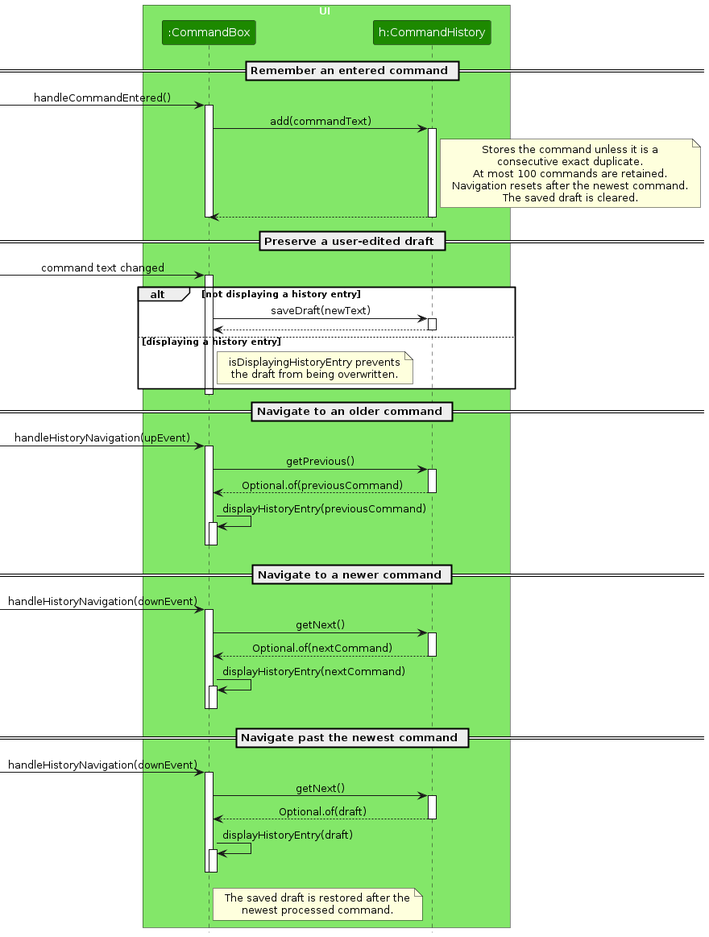
The PlantUML diagram diagrams/CommandHistorySequenceDiagram.png in AY2627S1-CS2103T-T11-2/tp, before a commit. Its source is kept beside it as diagrams/CommandHistorySequenceDiagram.puml.
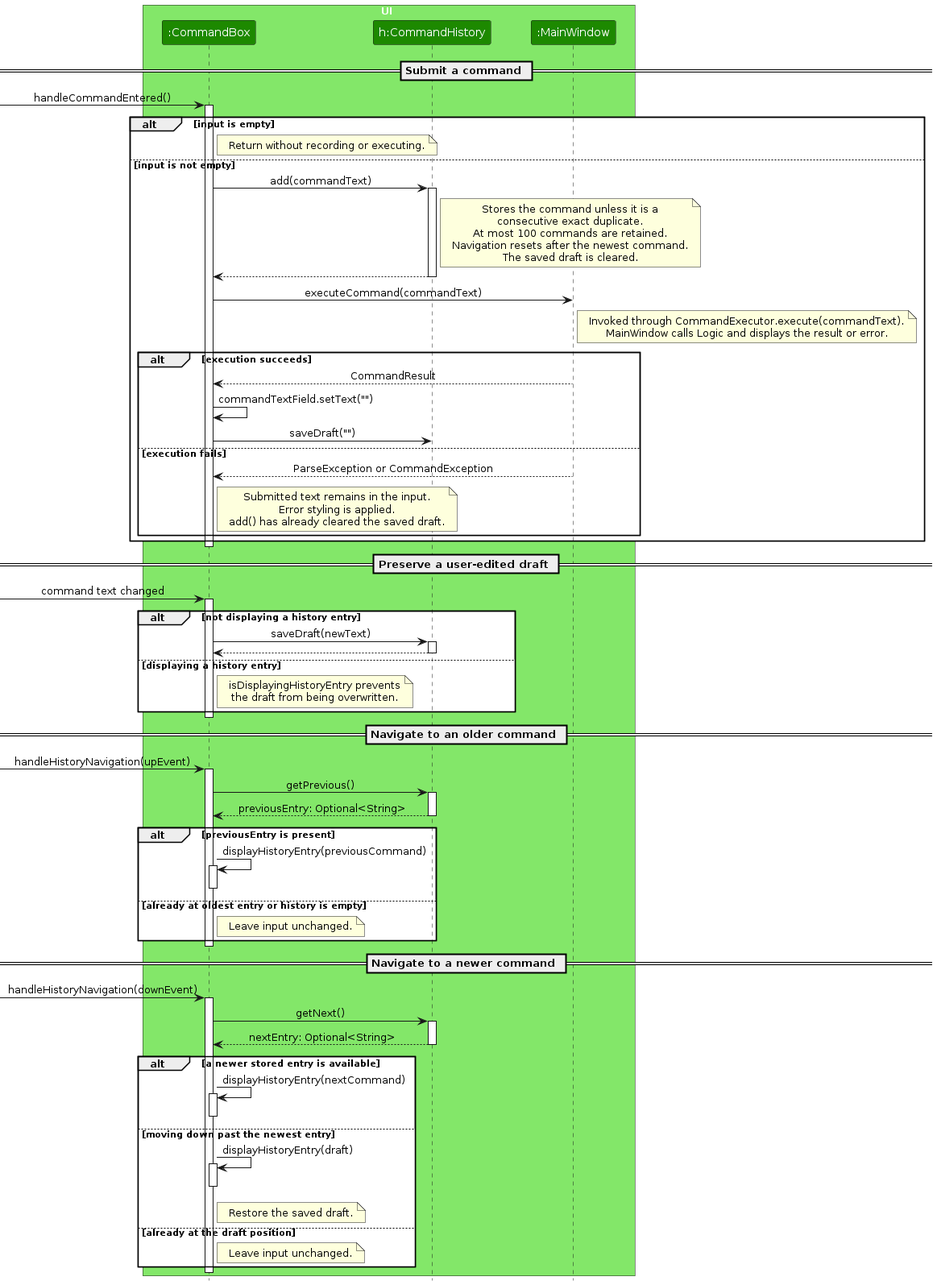
Later version of the same file.

What changed in the source:
```diff
@@ -4,10 +4,16 @@
 box UI UI_COLOR_T1
 participant ":CommandBox" as CommandBox UI_COLOR
 participant "h:CommandHistory" as CommandHistory UI_COLOR
+participant ":MainWindow" as MainWindow UI_COLOR
 end box
-== Remember an entered command ==
+
+== Submit a command ==
+
 [-> CommandBox : handleCommandEntered()
 activate CommandBox
+alt input is empty
+    note right of CommandBox : Return without recording or executing.
+else input is not empty
 CommandBox -> CommandHistory : add(commandText)
 activate CommandHistory
 note right of CommandHistory
@@ -19,7 +25,27 @@
 end note
 CommandHistory --> CommandBox
 deactivate CommandHistory
+
+CommandBox -> MainWindow : executeCommand(commandText)
+note right of MainWindow
+Invoked through CommandExecutor.execute(commandText).
+MainWindow calls Logic and displays the result or error.
+end note
+alt execution succeeds
+    MainWindow --> CommandBox : CommandResult
+    CommandBox -> CommandBox : commandTextField.setText("")
+    CommandBox -> CommandHistory : saveDraft("")
+else execution fails
+    MainWindow --> CommandBox : ParseException or CommandException
+    note right of CommandBox
+    Submitted text remains in the input.
+    Error styling is applied.
+    add() has already cleared the saved draft.
+    end note
+end
+end
 deactivate CommandBox
+
 == Preserve a user-edited draft ==
 
 [-> CommandBox : command text changed
@@ -46,13 +72,17 @@
 
 CommandBox -> CommandHistory : getPrevious()
 activate CommandHistory
-CommandHistory --> CommandBox : Optional.of(previousCommand)
+CommandHistory --> CommandBox : previousEntry: Optional<String>
 deactivate CommandHistory
 
+alt previousEntry is present
 CommandBox -> CommandBox ++ : displayHistoryEntry(previousCommand)
 deactivate CommandBox
+else already at oldest entry or history is empty
+note right of CommandBox : Leave input unchanged.
+end
+deactivate CommandBox
 
-deactivate CommandBox
 == Navigate to a newer command ==
 
 [-> CommandBox : handleHistoryNavigation(downEvent)
@@ -60,30 +90,20 @@
 
 CommandBox -> CommandHistory : getNext()
 activate CommandHistory
-CommandHistory --> CommandBox : Optional.of(nextCommand)
+CommandHistory --> CommandBox : nextEntry: Optional<String>
 deactivate CommandHistory
 
+alt a newer stored entry is available
 CommandBox -> CommandBox ++ : displayHistoryEntry(nextCommand)
 deactivate CommandBox
-
-deactivate CommandBox
-== Navigate past the newest command ==
-
-[-> CommandBox : handleHistoryNavigation(downEvent)
-activate CommandBox
-
-CommandBox -> CommandHistory : getNext()
-activate CommandHistory
-CommandHistory --> CommandBox : Optional.of(draft)
-deactivate CommandHistory
-
+else moving down past the newest entry
 CommandBox -> CommandBox ++ : displayHistoryEntry(draft)
 deactivate CommandBox
 
-note right of CommandBox
-The saved draft is restored after the
-newest processed command.
-end note
+note right of CommandBox : Restore the saved draft.
+else already at the draft position
+note right of CommandBox : Leave input unchanged.
+end
 
 deactivate CommandBox
 @enduml
```
